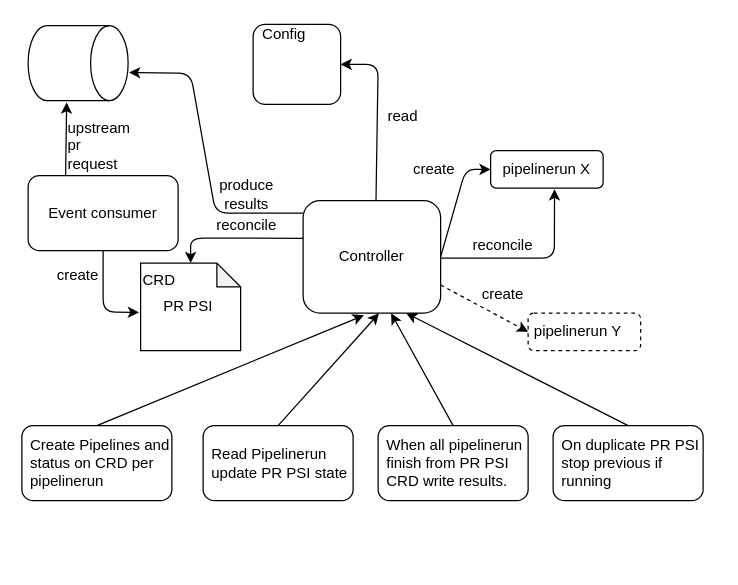
The draw.io diagram docs/diagrams/initial_design_draft.drawio in adrianriobo/psi-operator, before the edit. Source tidied: cells renumbered, new cells numbered last; positions are measured from the earlier drawing's top-left corner, leaving out a move shared by most shapes. Both pictures are drawn from the tidied source at 125%, with x=0, y=0 at pixel (21, 12).
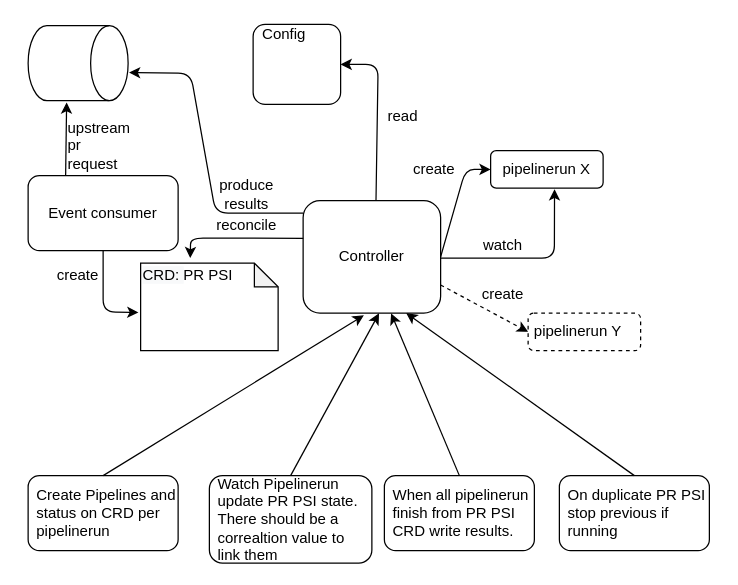
After the change.

Commit message (it also covers changes not shown here):
Updated diagrams + README description

Unchanged cells that the change refers to:
```xml
<mxCell id="12" style="rounded=1;whiteSpace=wrap;html=1;align=left;" parent="1" vertex="1">
  <mxGeometry x="225" y="150" width="110" height="90" as="geometry" />
</mxCell>
```

What changed in the source:
```diff
@@
     <mxCell id="7" style="shape=note;whiteSpace=wrap;html=1;backgroundOutline=1;darkOpacity=0.05;align=left;size=19;" parent="1" vertex="1">
-      <mxGeometry x="95" y="200" width="80" height="70" as="geometry" />
+      <mxGeometry x="95" y="200" width="110" height="70" as="geometry" />
     </mxCell>
@@
-    <mxCell id="10" value="PR PSI&amp;nbsp;" style="text;html=1;strokeColor=none;fillColor=none;align=center;verticalAlign=middle;whiteSpace=wrap;rounded=0;" parent="1" vertex="1">
-      <mxGeometry x="95" y="225" width="80" height="20" as="geometry" />
-    </mxCell>
-    <mxCell id="11" value="&lt;span style=&quot;color: rgb(0, 0, 0); font-family: helvetica; font-size: 12px; font-style: normal; font-weight: 400; letter-spacing: normal; text-align: center; text-indent: 0px; text-transform: none; word-spacing: 0px; background-color: rgb(248, 249, 250); display: inline; float: none;&quot;&gt;CRD&lt;/span&gt;" style="text;whiteSpace=wrap;html=1;" parent="1" vertex="1">
-      <mxGeometry x="95" y="200" width="30" height="20" as="geometry" />
+    <mxCell id="11" value="&lt;span style=&quot;color: rgb(0 , 0 , 0) ; font-family: &amp;#34;helvetica&amp;#34; ; font-size: 12px ; font-style: normal ; font-weight: 400 ; letter-spacing: normal ; text-align: center ; text-indent: 0px ; text-transform: none ; word-spacing: 0px ; background-color: rgb(248 , 249 , 250) ; display: inline ; float: none&quot;&gt;CRD:&amp;nbsp;&lt;/span&gt;PR PSI&amp;nbsp;" style="text;whiteSpace=wrap;html=1;" parent="1" vertex="1">
+      <mxGeometry x="95" y="196" width="79" height="20" as="geometry" />
     </mxCell>
@@
-    <mxCell id="14" style="endArrow=classic;html=1;exitX=0.001;exitY=0.335;exitDx=0;exitDy=0;entryX=0.5;entryY=0;entryDx=0;entryDy=0;entryPerimeter=0;exitPerimeter=0;" parent="1" edge="1" source="12" target="7">
+    <mxCell id="14" style="endArrow=classic;html=1;exitX=0.001;exitY=0.335;exitDx=0;exitDy=0;exitPerimeter=0;" parent="1" edge="1" source="12" target="11">
       <mxGeometry relative="1" as="geometry">
         <Array as="points">
           <mxPoint x="135" y="180" />
         </Array>
       </mxGeometry>
     </mxCell>
@@
     <mxCell id="28" style="rounded=1;whiteSpace=wrap;html=1;align=left;" parent="1" vertex="1">
-      <mxGeometry y="330" width="120" height="60" as="geometry" />
+      <mxGeometry x="5" y="370" width="120" height="60" as="geometry" />
     </mxCell>
     <mxCell id="29" value="Create Pipelines and status on CRD per pipelinerun" style="text;html=1;strokeColor=none;fillColor=none;align=left;verticalAlign=middle;whiteSpace=wrap;rounded=0;dashed=1;" parent="1" vertex="1">
-      <mxGeometry x="5" y="350" width="120" height="20" as="geometry" />
+      <mxGeometry x="10" y="390" width="120" height="20" as="geometry" />
     </mxCell>
@@
     <mxCell id="31" style="rounded=1;whiteSpace=wrap;html=1;align=left;" parent="1" vertex="1">
-      <mxGeometry x="145" y="330" width="120" height="60" as="geometry" />
+      <mxGeometry x="150" y="370" width="130" height="70" as="geometry" />
     </mxCell>
-    <mxCell id="32" value="Read Pipelinerun update PR PSI state" style="text;html=1;strokeColor=none;fillColor=none;align=left;verticalAlign=middle;whiteSpace=wrap;rounded=0;dashed=1;" parent="1" vertex="1">
-      <mxGeometry x="150" y="350" width="120" height="20" as="geometry" />
+    <mxCell id="32" value="Watch Pipelinerun update PR PSI state. There should be a correaltion value to link them" style="text;html=1;strokeColor=none;fillColor=none;align=left;verticalAlign=middle;whiteSpace=wrap;rounded=0;dashed=1;" parent="1" vertex="1">
+      <mxGeometry x="155" y="395" width="120" height="20" as="geometry" />
     </mxCell>
-    <mxCell id="33" value="reconcile" style="text;html=1;strokeColor=none;fillColor=none;align=center;verticalAlign=middle;whiteSpace=wrap;rounded=0;" parent="1" vertex="1">
+    <mxCell id="33" value="watch" style="text;html=1;strokeColor=none;fillColor=none;align=center;verticalAlign=middle;whiteSpace=wrap;rounded=0;" parent="1" vertex="1">
       <mxGeometry x="365" y="176" width="40" height="20" as="geometry" />
     </mxCell>
@@
     <mxCell id="35" style="rounded=1;whiteSpace=wrap;html=1;align=left;" parent="1" vertex="1">
-      <mxGeometry x="285" y="330" width="120" height="60" as="geometry" />
+      <mxGeometry x="290" y="370" width="120" height="60" as="geometry" />
     </mxCell>
     <mxCell id="36" value="When all pipelinerun finish from PR PSI CRD write results." style="text;html=1;strokeColor=none;fillColor=none;align=left;verticalAlign=middle;whiteSpace=wrap;rounded=0;dashed=1;" parent="1" vertex="1">
-      <mxGeometry x="290" y="350" width="120" height="20" as="geometry" />
+      <mxGeometry x="295" y="390" width="120" height="20" as="geometry" />
     </mxCell>
     <mxCell id="37" style="rounded=1;whiteSpace=wrap;html=1;align=left;" parent="1" vertex="1">
-      <mxGeometry x="425" y="330" width="120" height="60" as="geometry" />
+      <mxGeometry x="430" y="370" width="120" height="60" as="geometry" />
     </mxCell>
     <mxCell id="38" value="On duplicate PR PSI stop previous if running" style="text;html=1;strokeColor=none;fillColor=none;align=left;verticalAlign=middle;whiteSpace=wrap;rounded=0;dashed=1;" parent="1" vertex="1">
-      <mxGeometry x="430" y="350" width="120" height="20" as="geometry" />
+      <mxGeometry x="435" y="390" width="120" height="20" as="geometry" />
     </mxCell>
```
